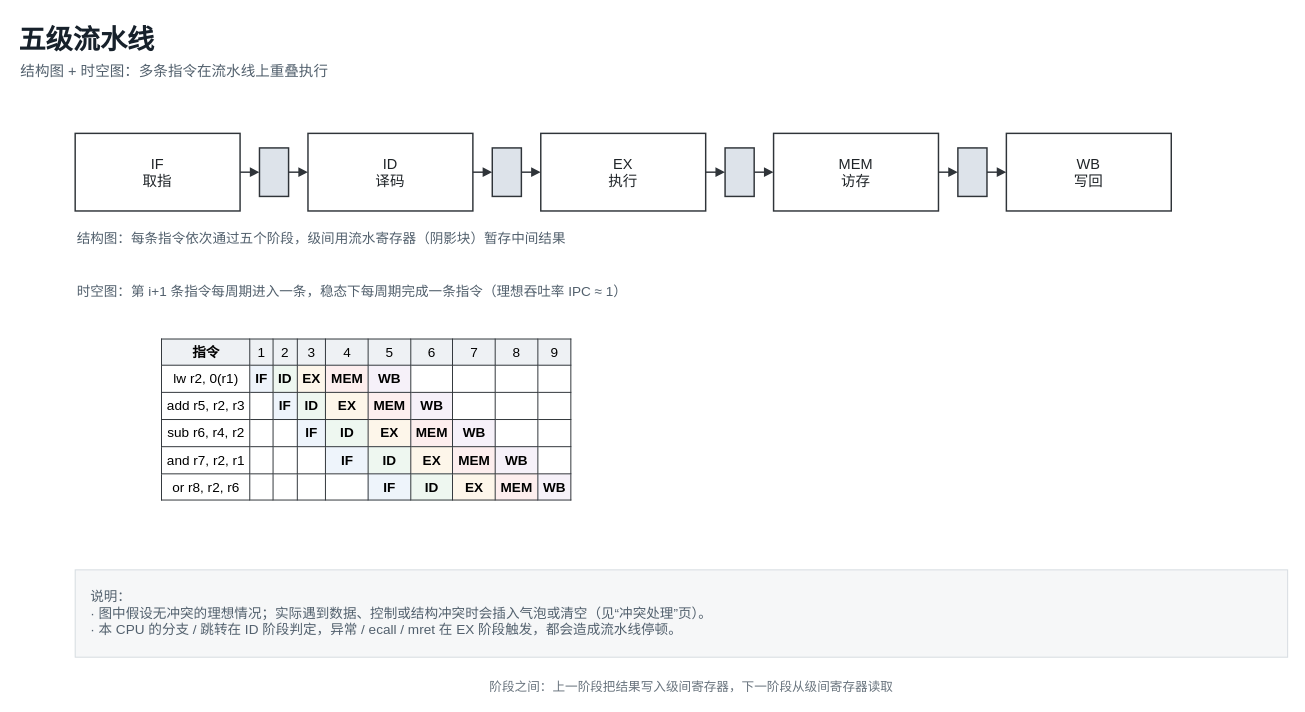
The draw.io diagram page "流水线" (2 of 4) of cpu_design.drawio in Kongchengbei/small-eyes, before the edit. Source tidied: cells renumbered, new cells numbered last; positions are measured from the earlier drawing's top-left corner, leaving out a move shared by most shapes. Both pictures are drawn from the tidied source at 97%, with x=0, y=0 at pixel (16, 16).
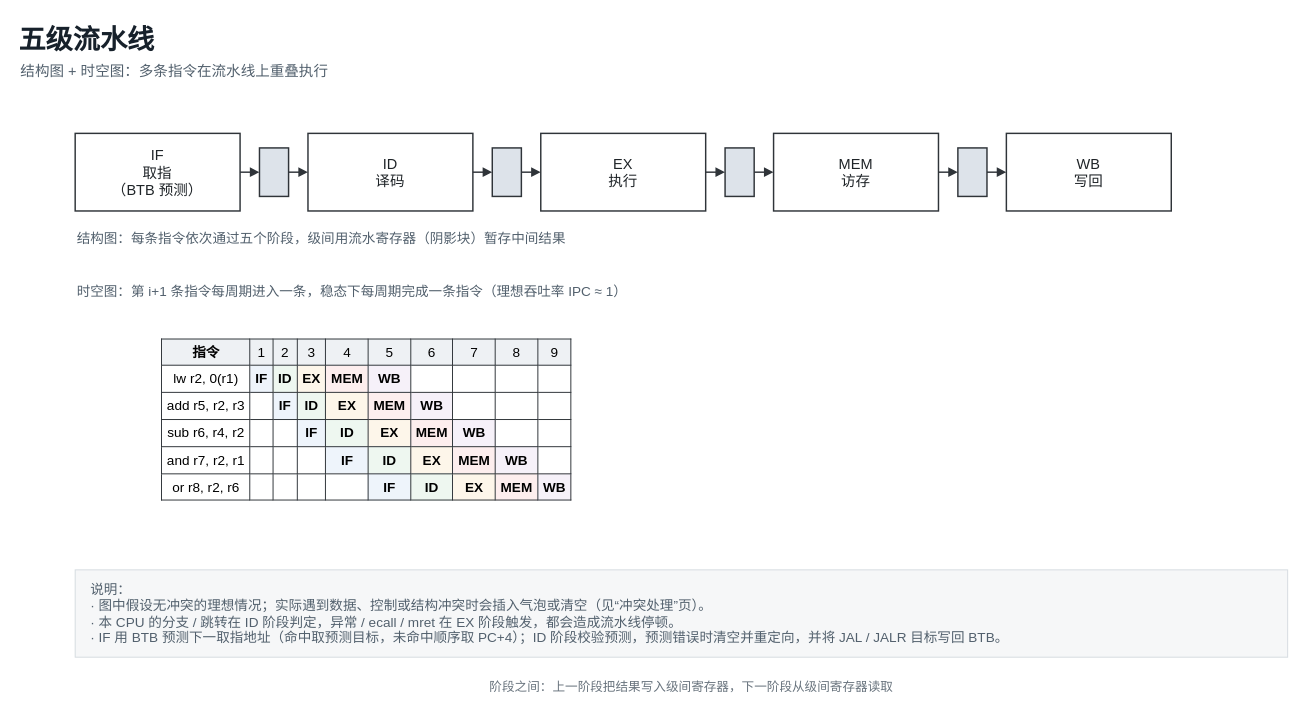
Above is the later version.

Diff of the diagram source:
```diff
@@
-    <mxCell id="4" value="IF&#10;取指" style="rounded=0;whiteSpace=wrap;html=1;fillColor=#ffffff;strokeColor=#2f3439;strokeWidth=1.5;fontSize=15;fontColor=#1f2428;align=center;verticalAlign=middle;" parent="1" vertex="1">
+    <mxCell id="4" value="IF&#10;取指&#10;（BTB 预测）" style="rounded=0;whiteSpace=wrap;html=1;fillColor=#ffffff;strokeColor=#2f3439;strokeWidth=1.5;fontSize=15;fontColor=#1f2428;align=center;verticalAlign=middle;" parent="1" vertex="1">
       <mxGeometry x="60" y="120" width="170" height="80" as="geometry" />
     </mxCell>
@@
-    <mxCell id="24" value="说明：&lt;br&gt;· 图中假设无冲突的理想情况；实际遇到数据、控制或结构冲突时会插入气泡或清空（见“冲突处理”页）。&lt;br&gt;· 本 CPU 的分支 / 跳转在 ID 阶段判定，异常 / ecall / mret 在 EX 阶段触发，都会造成流水线停顿。" style="rounded=0;whiteSpace=wrap;html=1;fillColor=#f6f7f8;strokeColor=#d5dbe0;strokeWidth=1;fontSize=14;fontColor=#52606d;align=left;verticalAlign=middle;spacingLeft=14;" parent="1" vertex="1">
+    <mxCell id="24" value="说明：&lt;br&gt;· 图中假设无冲突的理想情况；实际遇到数据、控制或结构冲突时会插入气泡或清空（见“冲突处理”页）。&lt;br&gt;· 本 CPU 的分支 / 跳转在 ID 阶段判定，异常 / ecall / mret 在 EX 阶段触发，都会造成流水线停顿。&lt;br&gt;· IF 用 BTB 预测下一取指地址（命中取预测目标，未命中顺序取 PC+4）；ID 阶段校验预测，预测错误时清空并重定向，并将 JAL / JALR 目标写回 BTB。" style="rounded=0;whiteSpace=wrap;html=1;fillColor=#f6f7f8;strokeColor=#d5dbe0;strokeWidth=1;fontSize=14;fontColor=#52606d;align=left;verticalAlign=middle;spacingLeft=14;" parent="1" vertex="1">
       <mxGeometry x="60" y="570" width="1250" height="90" as="geometry" />
     </mxCell>
```
